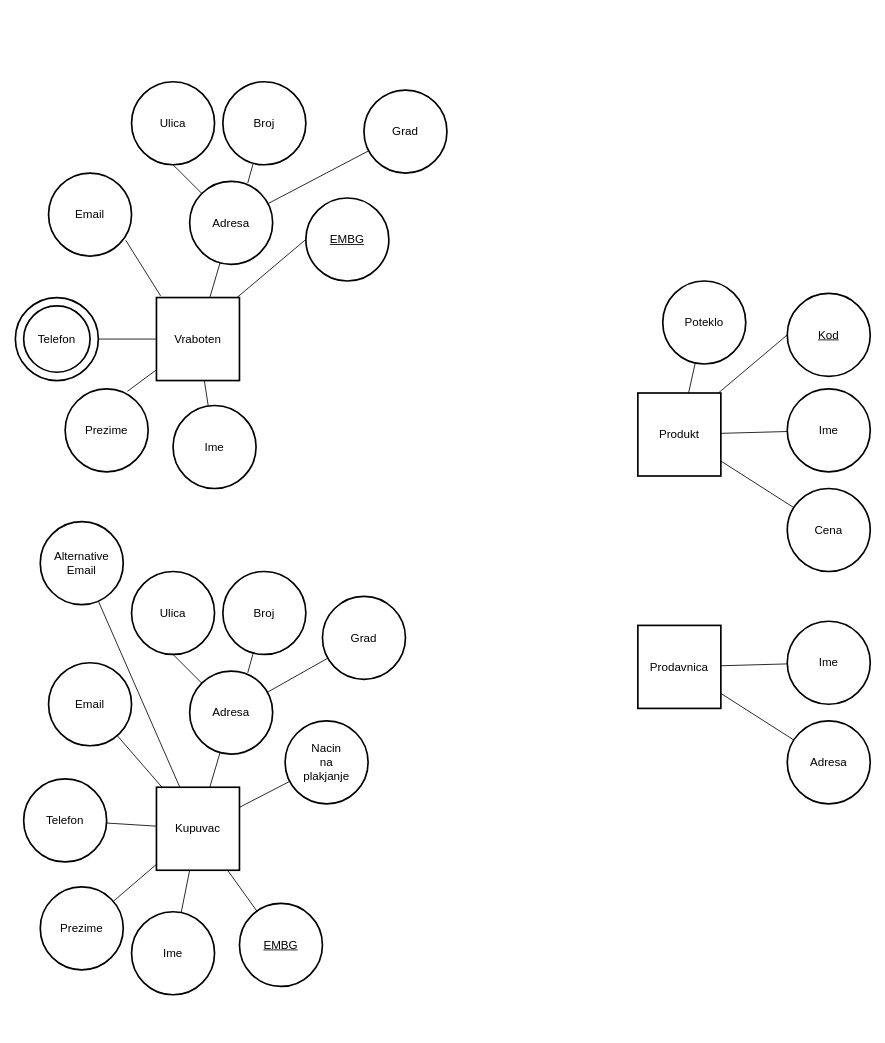
Before: LAB1.drawio in Crypter/Chernobyl, a draw.io diagram. Source tidied: cells renumbered, new cells numbered last; positions are measured from the earlier drawing's top-left corner, leaving out a move shared by most shapes. Both pictures are drawn from the tidied source at 83%, with x=0, y=0 at pixel (15, 81).
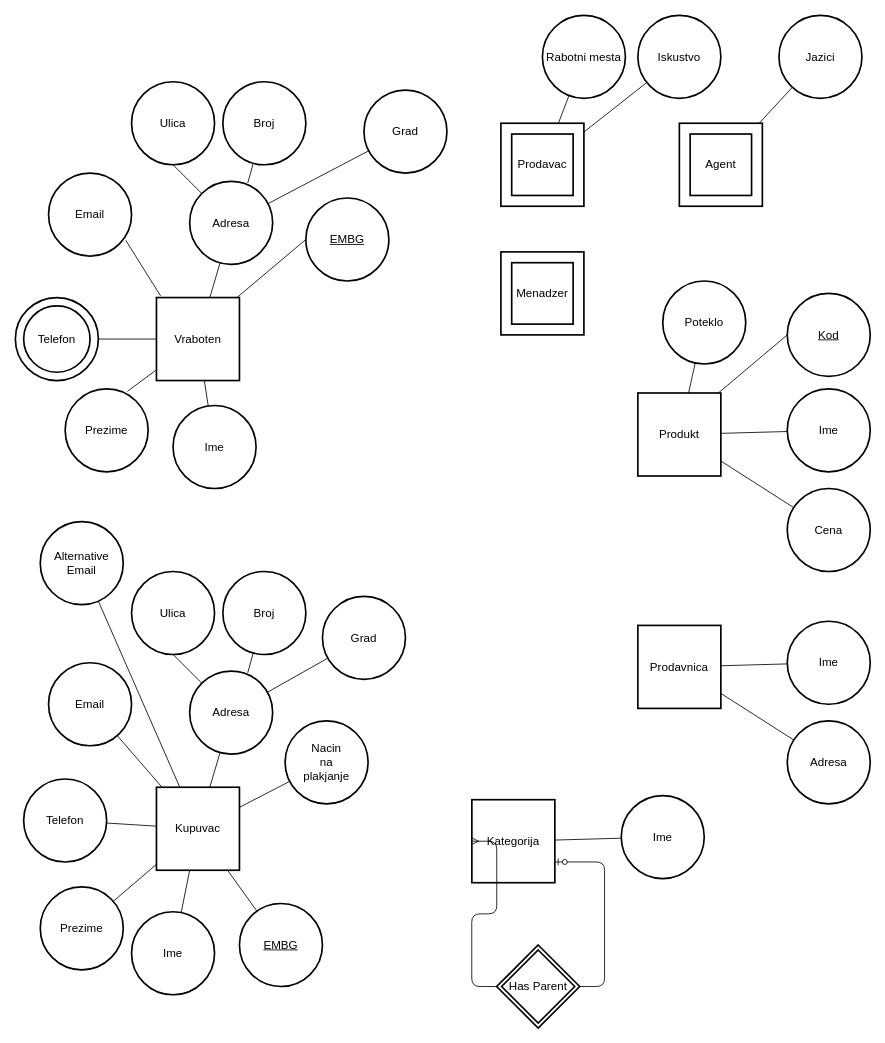
After the change.

The edit, as a diff of the source:
```diff
@@
+    <mxCell id="58" value="Kategorija" style="strokeWidth=2;whiteSpace=wrap;html=1;align=center;fontSize=14;" parent="1" vertex="1">
+      <mxGeometry x="550" y="865" width="100" height="100" as="geometry" />
+    </mxCell>
+    <mxCell id="59" value="&lt;div&gt;Ime&lt;/div&gt;" style="ellipse;shape=ellipse;margin=10;strokeWidth=2;fontSize=14;whiteSpace=wrap;html=1;align=center;gradientColor=#ffffff;" parent="1" vertex="1">
+      <mxGeometry x="730" y="860" width="100" height="100" as="geometry" />
+    </mxCell>
+    <mxCell id="60" style="fontSize=12;html=1;endArrow=none;endFill=0;" parent="1" edge="1" source="58" target="59">
+      <mxGeometry relative="1" as="geometry" />
+    </mxCell>
+    <mxCell id="61" value="Has Parent" style="shape=rhombus;double=1;strokeWidth=2;fontSize=17;perimeter=rhombusPerimeter;whiteSpace=wrap;html=1;align=center;fontSize=14;gradientColor=#ffffff;" parent="1" vertex="1">
+      <mxGeometry x="579.9" y="1040.1" width="100" height="100" as="geometry" />
+    </mxCell>
+    <mxCell id="62" style="edgeStyle=entityRelationEdgeStyle;fontSize=12;html=1;endArrow=ERzeroToOne;endFill=1;entryX=1;entryY=0.75;entryDx=0;entryDy=0;" parent="1" edge="1" source="61" target="58">
+      <mxGeometry relative="1" as="geometry" />
+    </mxCell>
+    <mxCell id="63" style="edgeStyle=entityRelationEdgeStyle;fontSize=12;html=1;endArrow=ERmany;exitX=0;exitY=0.5;exitDx=0;exitDy=0;entryX=0;entryY=0.5;entryDx=0;entryDy=0;" parent="1" edge="1" source="61" target="58">
+      <mxGeometry relative="1" as="geometry" />
+    </mxCell>
+    <mxCell id="64" value="Prodavac" style="shape=ext;strokeWidth=2;margin=10;double=1;whiteSpace=wrap;html=1;align=center;fontSize=14;gradientColor=#ffffff;" parent="1" vertex="1">
+      <mxGeometry x="585" y="50" width="100" height="100" as="geometry" />
+    </mxCell>
+    <mxCell id="65" value="Rabotni mesta" style="ellipse;shape=ellipse;margin=10;strokeWidth=2;fontSize=14;whiteSpace=wrap;html=1;align=center;gradientColor=#ffffff;" parent="1" vertex="1">
+      <mxGeometry x="635" y="-80" width="100" height="100" as="geometry" />
+    </mxCell>
+    <mxCell id="66" value="Iskustvo" style="ellipse;shape=ellipse;margin=10;strokeWidth=2;fontSize=14;whiteSpace=wrap;html=1;align=center;gradientColor=#ffffff;" parent="1" vertex="1">
+      <mxGeometry x="750" y="-80" width="100" height="100" as="geometry" />
+    </mxCell>
+    <mxCell id="67" style="fontSize=12;html=1;endArrow=none;endFill=0;" parent="1" edge="1" source="64" target="66">
+      <mxGeometry relative="1" as="geometry" />
+    </mxCell>
+    <mxCell id="68" style="fontSize=12;html=1;endArrow=none;endFill=0;" parent="1" edge="1" source="64" target="65">
+      <mxGeometry relative="1" as="geometry" />
+    </mxCell>
+    <mxCell id="69" value="Agent" style="shape=ext;strokeWidth=2;margin=10;double=1;whiteSpace=wrap;html=1;align=center;fontSize=14;gradientColor=#ffffff;" parent="1" vertex="1">
+      <mxGeometry x="800" y="50" width="100" height="100" as="geometry" />
+    </mxCell>
+    <mxCell id="70" value="Jazici" style="ellipse;shape=ellipse;margin=10;strokeWidth=2;fontSize=14;whiteSpace=wrap;html=1;align=center;gradientColor=#ffffff;" parent="1" vertex="1">
+      <mxGeometry x="920" y="-80" width="100" height="100" as="geometry" />
+    </mxCell>
+    <mxCell id="71" style="fontSize=12;html=1;endArrow=none;endFill=0;" parent="1" edge="1" source="69" target="70">
+      <mxGeometry relative="1" as="geometry" />
+    </mxCell>
+    <mxCell id="72" value="Menadzer" style="shape=ext;strokeWidth=2;margin=10;double=1;whiteSpace=wrap;html=1;align=center;fontSize=14;gradientColor=#ffffff;" parent="1" vertex="1">
+      <mxGeometry x="585" y="205" width="100" height="100" as="geometry" />
+    </mxCell>
```
